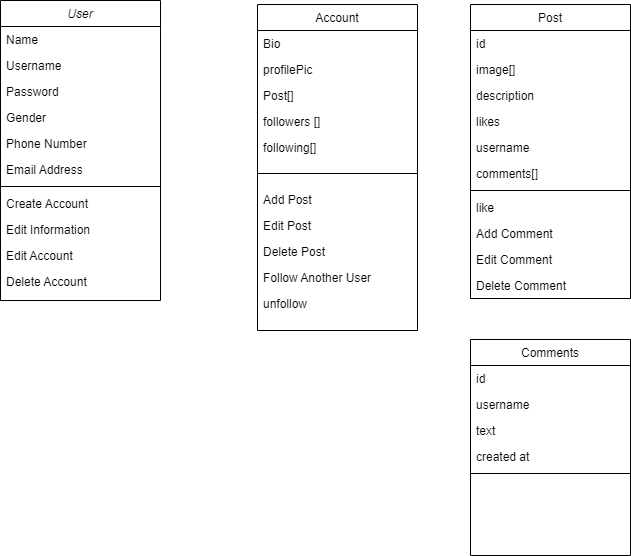
MVBDX/social_media keeps this draw.io diagram as NetworkUML.drawio.png. Above is the earlier version. Source tidied: cells renumbered, new cells last; positions are measured from the earlier drawing's top-left corner, leaving out a move shared by most shapes.
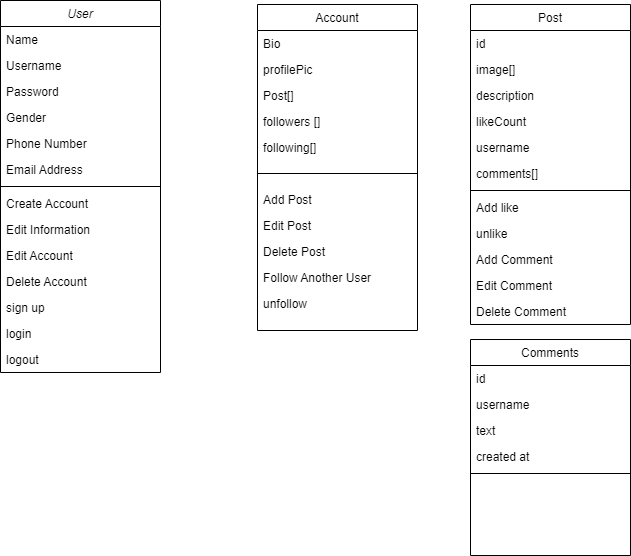
Later version of the same file.

Diff of the diagram source:
```diff
@@ -3,7 +3,7 @@
     <mxCell id="0" />
     <mxCell id="1" parent="0" />
     <mxCell id="2" value="User" style="swimlane;fontStyle=2;align=center;verticalAlign=top;horizontal=1;startSize=26;rounded=0;shadow=0;strokeWidth=1;" parent="1" vertex="1">
-      <mxGeometry width="160" height="300" as="geometry" />
+      <mxGeometry width="160" height="372" as="geometry" />
     </mxCell>
     <mxCell id="3" value="Name" style="text;align=left;verticalAlign=top;spacingLeft=4;spacingRight=4;overflow=hidden;" parent="2" vertex="1">
       <mxGeometry y="26" width="160" height="26" as="geometry" />
@@ -38,6 +38,15 @@
     <mxCell id="13" value="Delete Account" style="text;align=left;verticalAlign=top;spacingLeft=4;spacingRight=4;overflow=hidden;" parent="2" vertex="1">
       <mxGeometry y="268" width="160" height="26" as="geometry" />
     </mxCell>
+    <mxCell id="44" value="sign up" style="text;align=left;verticalAlign=top;spacingLeft=4;spacingRight=4;overflow=hidden;" parent="2" vertex="1">
+      <mxGeometry y="294" width="160" height="26" as="geometry" />
+    </mxCell>
+    <mxCell id="45" value="login" style="text;align=left;verticalAlign=top;spacingLeft=4;spacingRight=4;overflow=hidden;" parent="2" vertex="1">
+      <mxGeometry y="320" width="160" height="26" as="geometry" />
+    </mxCell>
+    <mxCell id="46" value="logout" style="text;align=left;verticalAlign=top;spacingLeft=4;spacingRight=4;overflow=hidden;" parent="2" vertex="1">
+      <mxGeometry y="346" width="160" height="26" as="geometry" />
+    </mxCell>
     <mxCell id="14" value="Account" style="swimlane;fontStyle=0;align=center;verticalAlign=top;horizontal=1;startSize=26;rounded=0;shadow=0;strokeWidth=1;" parent="1" vertex="1">
       <mxGeometry x="257" y="4" width="160" height="326" as="geometry" />
     </mxCell>
@@ -75,7 +84,7 @@
       <mxGeometry y="286" width="160" height="26" as="geometry" />
     </mxCell>
     <mxCell id="26" value="Post" style="swimlane;fontStyle=0;align=center;verticalAlign=top;horizontal=1;startSize=26;rounded=0;shadow=0;strokeWidth=1;" parent="1" vertex="1">
-      <mxGeometry x="470" y="4" width="160" height="294" as="geometry" />
+      <mxGeometry x="470" y="4" width="160" height="320" as="geometry" />
     </mxCell>
     <mxCell id="27" value="id" style="text;align=left;verticalAlign=top;spacingLeft=4;spacingRight=4;overflow=hidden;" parent="26" vertex="1">
       <mxGeometry y="26" width="160" height="26" as="geometry" />
@@ -86,7 +95,7 @@
     <mxCell id="29" value="description" style="text;align=left;verticalAlign=top;spacingLeft=4;spacingRight=4;overflow=hidden;" parent="26" vertex="1">
       <mxGeometry y="78" width="160" height="26" as="geometry" />
     </mxCell>
-    <mxCell id="30" value="likes" style="text;align=left;verticalAlign=top;spacingLeft=4;spacingRight=4;overflow=hidden;" parent="26" vertex="1">
+    <mxCell id="30" value="likeCount" style="text;align=left;verticalAlign=top;spacingLeft=4;spacingRight=4;overflow=hidden;" parent="26" vertex="1">
       <mxGeometry y="104" width="160" height="26" as="geometry" />
     </mxCell>
     <mxCell id="31" value="username" style="text;align=left;verticalAlign=top;spacingLeft=4;spacingRight=4;overflow=hidden;" parent="26" vertex="1">
@@ -98,17 +107,20 @@
     <mxCell id="33" style="line;html=1;strokeWidth=1;align=left;verticalAlign=middle;spacingTop=-1;spacingLeft=3;spacingRight=3;labelPosition=right;" parent="26" vertex="1">
       <mxGeometry y="182" width="160" height="8" as="geometry" />
     </mxCell>
-    <mxCell id="34" value="like" style="text;align=left;verticalAlign=top;spacingLeft=4;spacingRight=4;overflow=hidden;" parent="26" vertex="1">
+    <mxCell id="34" value="Add like" style="text;align=left;verticalAlign=top;spacingLeft=4;spacingRight=4;overflow=hidden;" parent="26" vertex="1">
       <mxGeometry y="190" width="160" height="26" as="geometry" />
     </mxCell>
+    <mxCell id="47" value="unlike" style="text;align=left;verticalAlign=top;spacingLeft=4;spacingRight=4;overflow=hidden;" parent="26" vertex="1">
+      <mxGeometry y="216" width="160" height="26" as="geometry" />
+    </mxCell>
     <mxCell id="35" value="Add Comment" style="text;align=left;verticalAlign=top;spacingLeft=4;spacingRight=4;overflow=hidden;" parent="26" vertex="1">
-      <mxGeometry y="216" width="160" height="26" as="geometry" />
+      <mxGeometry y="242" width="160" height="26" as="geometry" />
     </mxCell>
     <mxCell id="36" value="Edit Comment" style="text;align=left;verticalAlign=top;spacingLeft=4;spacingRight=4;overflow=hidden;" parent="26" vertex="1">
-      <mxGeometry y="242" width="160" height="26" as="geometry" />
+      <mxGeometry y="268" width="160" height="26" as="geometry" />
     </mxCell>
     <mxCell id="37" value="Delete Comment" style="text;align=left;verticalAlign=top;spacingLeft=4;spacingRight=4;overflow=hidden;" parent="26" vertex="1">
-      <mxGeometry y="268" width="160" height="26" as="geometry" />
+      <mxGeometry y="294" width="160" height="26" as="geometry" />
     </mxCell>
     <mxCell id="38" value="Comments" style="swimlane;fontStyle=0;align=center;verticalAlign=top;horizontal=1;startSize=26;rounded=0;shadow=0;strokeWidth=1;" parent="1" vertex="1">
       <mxGeometry x="470" y="339" width="160" height="216" as="geometry" />
```
